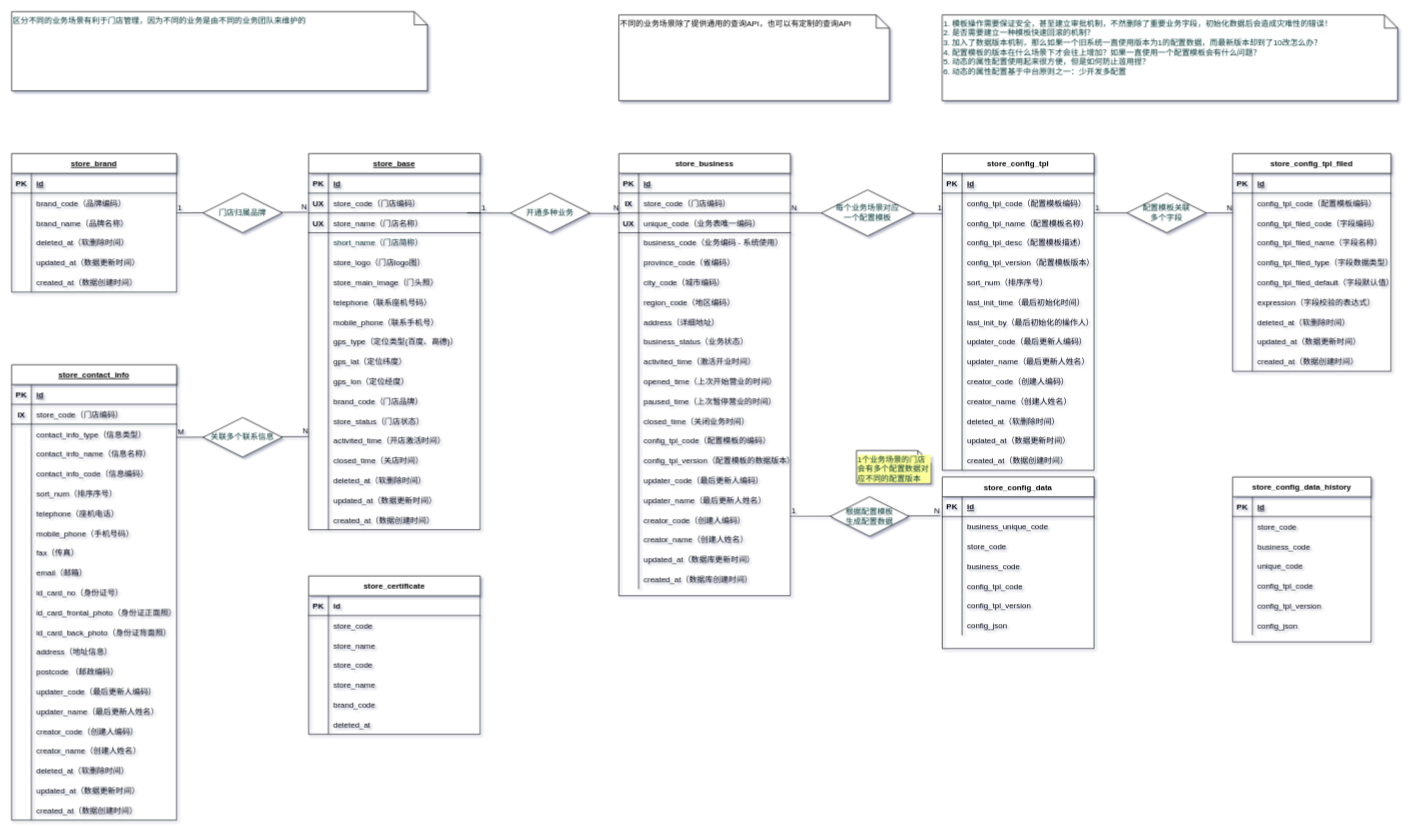
supermanhss/php-ini keeps this draw.io diagram as Untitled Diagram.drawio. Above is the earlier version. Source tidied: cells renumbered, new cells numbered last; positions are measured from the earlier drawing's top-left corner, leaving out a move shared by most shapes. Both pictures are drawn from the tidied source at 66%, with x=0, y=0 at pixel (11, 11).
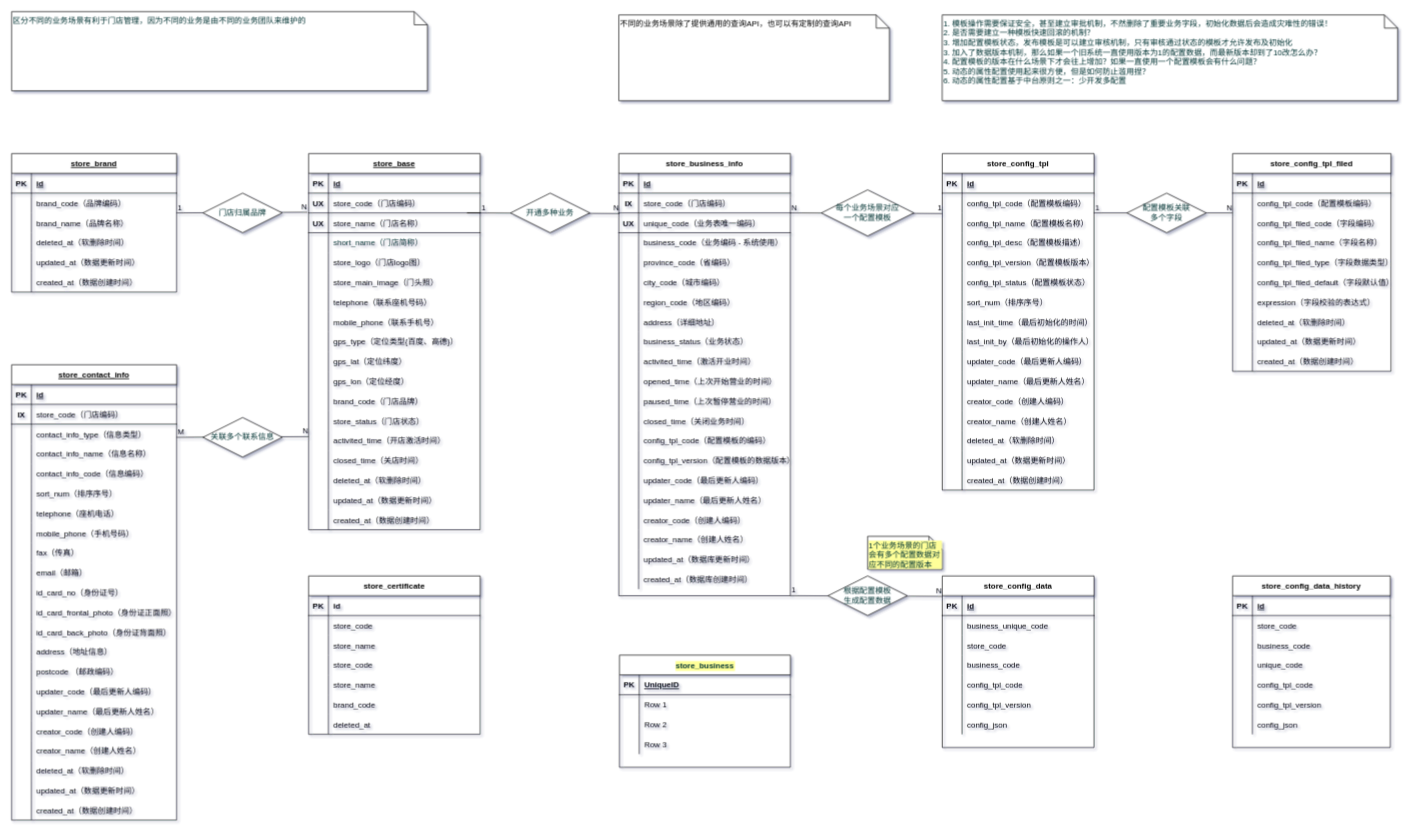
The same diagram, later.

The change refers to these unchanged cells:
```xml
<mxCell id="168" style="shape=partialRectangle;fillColor=none;top=0;left=0;bottom=1;right=0;points=[[0,0.5],[1,0.5]];portConstraint=eastwest;" parent="167" vertex="1">
  <mxGeometry y="30" width="230" height="30" as="geometry" />
</mxCell>
<mxCell id="171" style="shape=partialRectangle;fillColor=none;top=0;left=0;bottom=0;right=0;points=[[0,0.5],[1,0.5]];portConstraint=eastwest;" parent="167" vertex="1">
  <mxGeometry y="60" width="230" height="30" as="geometry" />
</mxCell>
```

What changed in the source:
```diff
@@
-    <mxCell id="57" value="store_business" style="shape=table;startSize=30;childLayout=tableLayout;rowLines=0;fontStyle=1;align=center;" parent="1" vertex="1">
+    <mxCell id="57" value="store_business_info" style="shape=table;startSize=30;childLayout=tableLayout;rowLines=0;fontStyle=1;align=center;" parent="1" vertex="1">
       <mxGeometry x="920" y="215" width="260" height="670" as="geometry" />
     </mxCell>
@@
     <mxCell id="121" value="store_config_tpl" style="shape=table;startSize=30;childLayout=tableLayout;rowLines=0;fontStyle=1;align=center;swimlaneFillColor=none;" parent="1" vertex="1">
-      <mxGeometry x="1410" y="215" width="230" height="480" as="geometry" />
+      <mxGeometry x="1410" y="215" width="230" height="510" as="geometry" />
     </mxCell>
@@
+    <mxCell id="378" style="shape=partialRectangle;fillColor=none;top=0;left=0;bottom=0;right=0;labelBackgroundColor=#FFFF99;fontColor=#003333;align=left;verticalAlign=top;" parent="121" vertex="1">
+      <mxGeometry y="180" width="230" height="30" as="geometry" />
+    </mxCell>
+    <mxCell id="379" style="shape=partialRectangle;fillColor=none;top=0;left=0;bottom=0;right=0;overflow=hidden;" parent="378" vertex="1">
+      <mxGeometry width="30" height="30" as="geometry" />
+    </mxCell>
+    <mxCell id="380" value="config_tpl_status（配置模板状态）" style="shape=partialRectangle;fillColor=none;top=0;left=0;bottom=0;right=0;align=left;spacingLeft=6;overflow=hidden;" parent="378" vertex="1">
+      <mxGeometry x="30" width="200" height="30" as="geometry" />
+    </mxCell>
     <mxCell id="137" style="shape=partialRectangle;fillColor=none;top=0;left=0;bottom=0;right=0;fontColor=#003333;align=left;verticalAlign=top;" parent="121" vertex="1">
-      <mxGeometry y="180" width="230" height="30" as="geometry" />
+      <mxGeometry y="210" width="230" height="30" as="geometry" />
     </mxCell>
@@
     <mxCell id="140" style="shape=partialRectangle;fillColor=none;top=0;left=0;bottom=0;right=0;labelBackgroundColor=#FFFF99;fontColor=#003333;align=left;verticalAlign=top;" parent="121" vertex="1">
-      <mxGeometry y="210" width="230" height="30" as="geometry" />
+      <mxGeometry y="240" width="230" height="30" as="geometry" />
     </mxCell>
@@
-    <mxCell id="142" value="last_init_time（最后初始化时间）" style="shape=partialRectangle;fillColor=none;top=0;left=0;bottom=0;right=0;align=left;spacingLeft=6;overflow=hidden;" parent="140" vertex="1">
+    <mxCell id="142" value="last_init_time（最后初始化的时间）" style="shape=partialRectangle;fillColor=none;top=0;left=0;bottom=0;right=0;align=left;spacingLeft=6;overflow=hidden;" parent="140" vertex="1">
       <mxGeometry x="30" width="200" height="30" as="geometry" />
     </mxCell>
     <mxCell id="143" style="shape=partialRectangle;fillColor=none;top=0;left=0;bottom=0;right=0;labelBackgroundColor=#FFFF99;fontColor=#003333;align=left;verticalAlign=top;" parent="121" vertex="1">
-      <mxGeometry y="240" width="230" height="30" as="geometry" />
+      <mxGeometry y="270" width="230" height="30" as="geometry" />
     </mxCell>
@@
     <mxCell id="146" style="shape=partialRectangle;fillColor=none;top=0;left=0;bottom=0;right=0;fontColor=#003333;align=left;verticalAlign=top;" parent="121" vertex="1">
-      <mxGeometry y="270" width="230" height="30" as="geometry" />
+      <mxGeometry y="300" width="230" height="30" as="geometry" />
     </mxCell>
@@
     <mxCell id="149" style="shape=partialRectangle;fillColor=none;top=0;left=0;bottom=0;right=0;fontColor=#003333;align=left;verticalAlign=top;" parent="121" vertex="1">
-      <mxGeometry y="300" width="230" height="30" as="geometry" />
+      <mxGeometry y="330" width="230" height="30" as="geometry" />
     </mxCell>
@@
     <mxCell id="152" style="shape=partialRectangle;fillColor=none;top=0;left=0;bottom=0;right=0;fontColor=#003333;align=left;verticalAlign=top;" parent="121" vertex="1">
-      <mxGeometry y="330" width="230" height="30" as="geometry" />
+      <mxGeometry y="360" width="230" height="30" as="geometry" />
     </mxCell>
@@
     <mxCell id="155" style="shape=partialRectangle;fillColor=none;top=0;left=0;bottom=0;right=0;fontColor=#003333;align=left;verticalAlign=top;" parent="121" vertex="1">
-      <mxGeometry y="360" width="230" height="30" as="geometry" />
+      <mxGeometry y="390" width="230" height="30" as="geometry" />
     </mxCell>
@@
     <mxCell id="158" style="shape=partialRectangle;fillColor=none;top=0;left=0;bottom=0;right=0;" parent="121" vertex="1">
-      <mxGeometry y="390" width="230" height="30" as="geometry" />
+      <mxGeometry y="420" width="230" height="30" as="geometry" />
     </mxCell>
@@
     <mxCell id="161" style="shape=partialRectangle;fillColor=none;top=0;left=0;bottom=0;right=0;" parent="121" vertex="1">
-      <mxGeometry y="420" width="230" height="30" as="geometry" />
+      <mxGeometry y="450" width="230" height="30" as="geometry" />
     </mxCell>
@@
     <mxCell id="164" style="shape=partialRectangle;fillColor=none;top=0;left=0;bottom=0;right=0;fontColor=#003333;align=left;verticalAlign=top;" parent="121" vertex="1">
-      <mxGeometry y="450" width="230" height="30" as="geometry" />
+      <mxGeometry y="480" width="230" height="30" as="geometry" />
     </mxCell>
@@
     <mxCell id="167" value="store_config_data" style="shape=table;startSize=30;childLayout=tableLayout;rowLines=0;fontStyle=1;align=center;" parent="1" vertex="1">
-      <mxGeometry x="1410" y="705" width="230" height="260" as="geometry" />
+      <mxGeometry x="1410" y="855" width="230" height="260" as="geometry" />
     </mxCell>
@@
     <mxCell id="220" value="store_config_data_history" style="shape=table;startSize=30;childLayout=tableLayout;rowLines=0;fontStyle=1;align=center;" parent="1" vertex="1">
-      <mxGeometry x="1850" y="705" width="210" height="250" as="geometry" />
+      <mxGeometry x="1850" y="855" width="239" height="260" as="geometry" />
     </mxCell>
     <mxCell id="221" style="shape=partialRectangle;fillColor=none;top=0;left=0;bottom=1;right=0;" parent="220" vertex="1">
-      <mxGeometry y="30" width="210" height="30" as="geometry" />
+      <mxGeometry y="30" width="239" height="30" as="geometry" />
     </mxCell>
@@
     <mxCell id="223" value="id" style="shape=partialRectangle;fillColor=none;top=0;left=0;bottom=0;right=0;align=left;spacingLeft=6;fontStyle=5;overflow=hidden;" parent="221" vertex="1">
-      <mxGeometry x="30" width="180" height="30" as="geometry" />
+      <mxGeometry x="30" width="209" height="30" as="geometry" />
     </mxCell>
     <mxCell id="224" style="shape=partialRectangle;fillColor=none;top=0;left=0;bottom=0;right=0;" parent="220" vertex="1">
-      <mxGeometry y="60" width="210" height="30" as="geometry" />
+      <mxGeometry y="60" width="239" height="30" as="geometry" />
     </mxCell>
@@
     <mxCell id="226" value="store_code" style="shape=partialRectangle;fillColor=none;top=0;left=0;bottom=0;right=0;align=left;spacingLeft=6;overflow=hidden;" parent="224" vertex="1">
-      <mxGeometry x="30" width="180" height="30" as="geometry" />
+      <mxGeometry x="30" width="209" height="30" as="geometry" />
     </mxCell>
     <mxCell id="227" style="shape=partialRectangle;fillColor=none;top=0;left=0;bottom=0;right=0;" parent="220" vertex="1">
-      <mxGeometry y="90" width="210" height="30" as="geometry" />
+      <mxGeometry y="90" width="239" height="30" as="geometry" />
     </mxCell>
@@
     <mxCell id="229" value="business_code" style="shape=partialRectangle;fillColor=none;top=0;left=0;bottom=0;right=0;align=left;spacingLeft=6;overflow=hidden;" parent="227" vertex="1">
-      <mxGeometry x="30" width="180" height="30" as="geometry" />
+      <mxGeometry x="30" width="209" height="30" as="geometry" />
     </mxCell>
     <mxCell id="230" style="shape=partialRectangle;fillColor=none;top=0;left=0;bottom=0;right=0;" parent="220" vertex="1">
-      <mxGeometry y="120" width="210" height="30" as="geometry" />
+      <mxGeometry y="120" width="239" height="30" as="geometry" />
     </mxCell>
@@
     <mxCell id="232" value="unique_code" style="shape=partialRectangle;fillColor=none;top=0;left=0;bottom=0;right=0;align=left;spacingLeft=6;overflow=hidden;" parent="230" vertex="1">
-      <mxGeometry x="30" width="180" height="30" as="geometry" />
+      <mxGeometry x="30" width="209" height="30" as="geometry" />
     </mxCell>
     <mxCell id="233" style="shape=partialRectangle;fillColor=none;top=0;left=0;bottom=0;right=0;" parent="220" vertex="1">
-      <mxGeometry y="150" width="210" height="30" as="geometry" />
+      <mxGeometry y="150" width="239" height="30" as="geometry" />
     </mxCell>
@@
     <mxCell id="235" value="config_tpl_code" style="shape=partialRectangle;fillColor=none;top=0;left=0;bottom=0;right=0;align=left;spacingLeft=6;overflow=hidden;" parent="233" vertex="1">
-      <mxGeometry x="30" width="180" height="30" as="geometry" />
+      <mxGeometry x="30" width="209" height="30" as="geometry" />
     </mxCell>
     <mxCell id="236" style="shape=partialRectangle;fillColor=none;top=0;left=0;bottom=0;right=0;" parent="220" vertex="1">
-      <mxGeometry y="180" width="210" height="30" as="geometry" />
+      <mxGeometry y="180" width="239" height="30" as="geometry" />
     </mxCell>
@@
     <mxCell id="238" value="config_tpl_version" style="shape=partialRectangle;fillColor=none;top=0;left=0;bottom=0;right=0;align=left;spacingLeft=6;overflow=hidden;" parent="236" vertex="1">
-      <mxGeometry x="30" width="180" height="30" as="geometry" />
+      <mxGeometry x="30" width="209" height="30" as="geometry" />
     </mxCell>
     <mxCell id="239" style="shape=partialRectangle;fillColor=none;top=0;left=0;bottom=0;right=0;" parent="220" vertex="1">
-      <mxGeometry y="210" width="210" height="30" as="geometry" />
+      <mxGeometry y="210" width="239" height="30" as="geometry" />
     </mxCell>
@@
     <mxCell id="241" value="config_json" style="shape=partialRectangle;fillColor=none;top=0;left=0;bottom=0;right=0;align=left;spacingLeft=6;overflow=hidden;" parent="239" vertex="1">
-      <mxGeometry x="30" width="180" height="30" as="geometry" />
+      <mxGeometry x="30" width="209" height="30" as="geometry" />
     </mxCell>
@@
-    <mxCell id="372" value="1. 模板操作需要保证安全，甚至建立审批机制，不然删除了重要业务字段，初始化数据后会造成灾难性的错误！&lt;br&gt;2. 是否需要建立一种模板快速回滚的机制？&lt;br&gt;3. 加入了数据版本机制，那么如果一个旧系统一直使用版本为1的配置数据，而最新版本却到了10改怎么办？&lt;br&gt;4. 配置模板的版本在什么场景下才会往上增加？如果一直使用一个配置模板会有什么问题？&lt;br&gt;5. 动态的属性配置使用起来很方便，但是如何防止滥用捏？&lt;br&gt;6. 动态的属性配置基于中台原则之一：少开发多配置" style="shape=note;size=20;whiteSpace=wrap;html=1;fontColor=#003333;align=left;verticalAlign=top;" parent="1" vertex="1">
+    <mxCell id="372" value="1. 模板操作需要保证安全，甚至建立审批机制，不然删除了重要业务字段，初始化数据后会造成灾难性的错误！&lt;br&gt;2. 是否需要建立一种模板快速回滚的机制？&lt;br&gt;3. 增加配置模板状态，发布模板是可以建立审核机制，只有审核通过状态的模板才允许发布及初始化&lt;br&gt;3. 加入了数据版本机制，那么如果一个旧系统一直使用版本为1的配置数据，而最新版本却到了10改怎么办？&lt;br&gt;4. 配置模板的版本在什么场景下才会往上增加？如果一直使用一个配置模板会有什么问题？&lt;br&gt;5. 动态的属性配置使用起来很方便，但是如何防止滥用捏？&lt;br&gt;6. 动态的属性配置基于中台原则之一：少开发多配置" style="shape=note;size=20;whiteSpace=wrap;html=1;fontColor=#003333;align=left;verticalAlign=top;" parent="1" vertex="1">
       <mxGeometry x="1410" y="5" width="690" height="130" as="geometry" />
     </mxCell>
-    <mxCell id="373" style="endArrow=none;html=1;rounded=0;fontColor=#003333;entryX=-0.013;entryY=-0.033;entryDx=0;entryDy=0;entryPerimeter=0;" parent="1" edge="1" target="171">
-      <mxGeometry relative="1" as="geometry">
-        <mxPoint x="1180" y="765" as="sourcePoint" />
-      </mxGeometry>
+    <mxCell id="373" style="endArrow=none;html=1;rounded=0;fontColor=#003333;entryX=0;entryY=0.033;entryDx=0;entryDy=0;entryPerimeter=0;exitX=1;exitY=1;exitDx=0;exitDy=0;" parent="1" edge="1" source="57" target="168">
+      <mxGeometry relative="1" as="geometry" />
     </mxCell>
@@
     <mxCell id="376" value="根据配置模板&lt;br&gt;生成配置数据" style="shape=rhombus;perimeter=rhombusPerimeter;whiteSpace=wrap;html=1;align=center;fontColor=#003333;" parent="1" vertex="1">
-      <mxGeometry x="1240" y="735" width="120" height="60" as="geometry" />
+      <mxGeometry x="1237" y="855" width="120" height="60" as="geometry" />
     </mxCell>
     <mxCell id="377" value="1个业务场景的门店会有多个配置数据对应不同的配置版本" style="shape=note;size=20;whiteSpace=wrap;html=1;fontColor=#003333;align=left;verticalAlign=top;labelBackgroundColor=#FFFF99;" parent="1" vertex="1">
-      <mxGeometry x="1280" y="665" width="113" height="50" as="geometry" />
+      <mxGeometry x="1297" y="795" width="113" height="50" as="geometry" />
     </mxCell>
+    <mxCell id="381" value="store_business" style="shape=table;startSize=30;childLayout=tableLayout;rowLines=0;fontStyle=1;align=center;labelBackgroundColor=#FFFF99;fontColor=#003333;" parent="1" vertex="1">
+      <mxGeometry x="921" y="975" width="259" height="170" as="geometry" />
+    </mxCell>
+    <mxCell id="382" style="shape=partialRectangle;fillColor=none;top=0;left=0;bottom=1;right=0;" parent="381" vertex="1">
+      <mxGeometry y="30" width="259" height="30" as="geometry" />
+    </mxCell>
+    <mxCell id="383" value="PK" style="shape=partialRectangle;fillColor=none;top=0;left=0;bottom=0;right=0;fontStyle=1;overflow=hidden;" parent="382" vertex="1">
+      <mxGeometry width="30" height="30" as="geometry" />
+    </mxCell>
+    <mxCell id="384" value="UniqueID" style="shape=partialRectangle;fillColor=none;top=0;left=0;bottom=0;right=0;align=left;spacingLeft=6;fontStyle=5;overflow=hidden;" parent="382" vertex="1">
+      <mxGeometry x="30" width="229" height="30" as="geometry" />
+    </mxCell>
+    <mxCell id="385" style="shape=partialRectangle;fillColor=none;top=0;left=0;bottom=0;right=0;" parent="381" vertex="1">
+      <mxGeometry y="60" width="259" height="30" as="geometry" />
+    </mxCell>
+    <mxCell id="386" style="shape=partialRectangle;fillColor=none;top=0;left=0;bottom=0;right=0;overflow=hidden;" parent="385" vertex="1">
+      <mxGeometry width="30" height="30" as="geometry" />
+    </mxCell>
+    <mxCell id="387" value="Row 1" style="shape=partialRectangle;fillColor=none;top=0;left=0;bottom=0;right=0;align=left;spacingLeft=6;overflow=hidden;" parent="385" vertex="1">
+      <mxGeometry x="30" width="229" height="30" as="geometry" />
+    </mxCell>
+    <mxCell id="388" style="shape=partialRectangle;fillColor=none;top=0;left=0;bottom=0;right=0;" parent="381" vertex="1">
+      <mxGeometry y="90" width="259" height="30" as="geometry" />
+    </mxCell>
+    <mxCell id="389" style="shape=partialRectangle;fillColor=none;top=0;left=0;bottom=0;right=0;overflow=hidden;" parent="388" vertex="1">
+      <mxGeometry width="30" height="30" as="geometry" />
+    </mxCell>
+    <mxCell id="390" value="Row 2" style="shape=partialRectangle;fillColor=none;top=0;left=0;bottom=0;right=0;align=left;spacingLeft=6;overflow=hidden;" parent="388" vertex="1">
+      <mxGeometry x="30" width="229" height="30" as="geometry" />
+    </mxCell>
+    <mxCell id="391" style="shape=partialRectangle;fillColor=none;top=0;left=0;bottom=0;right=0;" parent="381" vertex="1">
+      <mxGeometry y="120" width="259" height="30" as="geometry" />
+    </mxCell>
+    <mxCell id="392" style="shape=partialRectangle;fillColor=none;top=0;left=0;bottom=0;right=0;overflow=hidden;" parent="391" vertex="1">
+      <mxGeometry width="30" height="30" as="geometry" />
+    </mxCell>
+    <mxCell id="393" value="Row 3" style="shape=partialRectangle;fillColor=none;top=0;left=0;bottom=0;right=0;align=left;spacingLeft=6;overflow=hidden;" parent="391" vertex="1">
+      <mxGeometry x="30" width="229" height="30" as="geometry" />
+    </mxCell>
```
